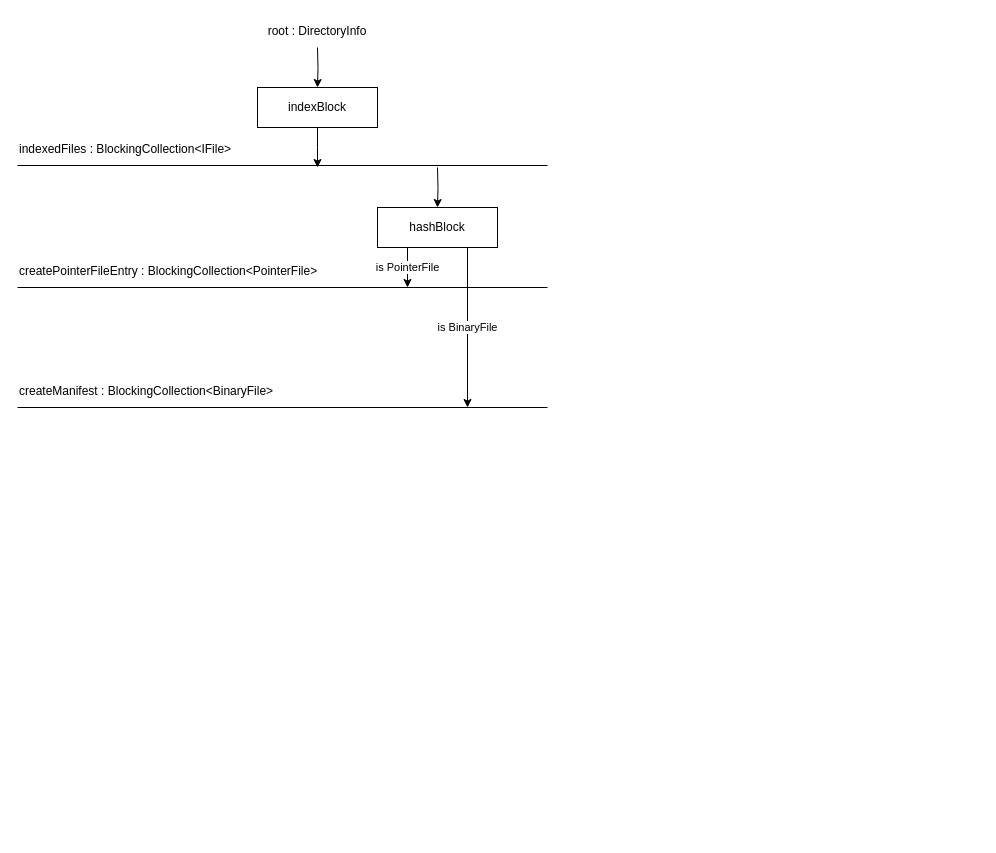
This is docs/AriusFlows.drawio from woutervanranst/Arius, a draw.io file, before an edit. Source tidied: cells renumbered, new cells numbered last; positions are measured from the earlier drawing's top-left corner, leaving out a move shared by most shapes. Both pictures are drawn from the tidied source at 100%, with x=0, y=0 at pixel (17, 17).
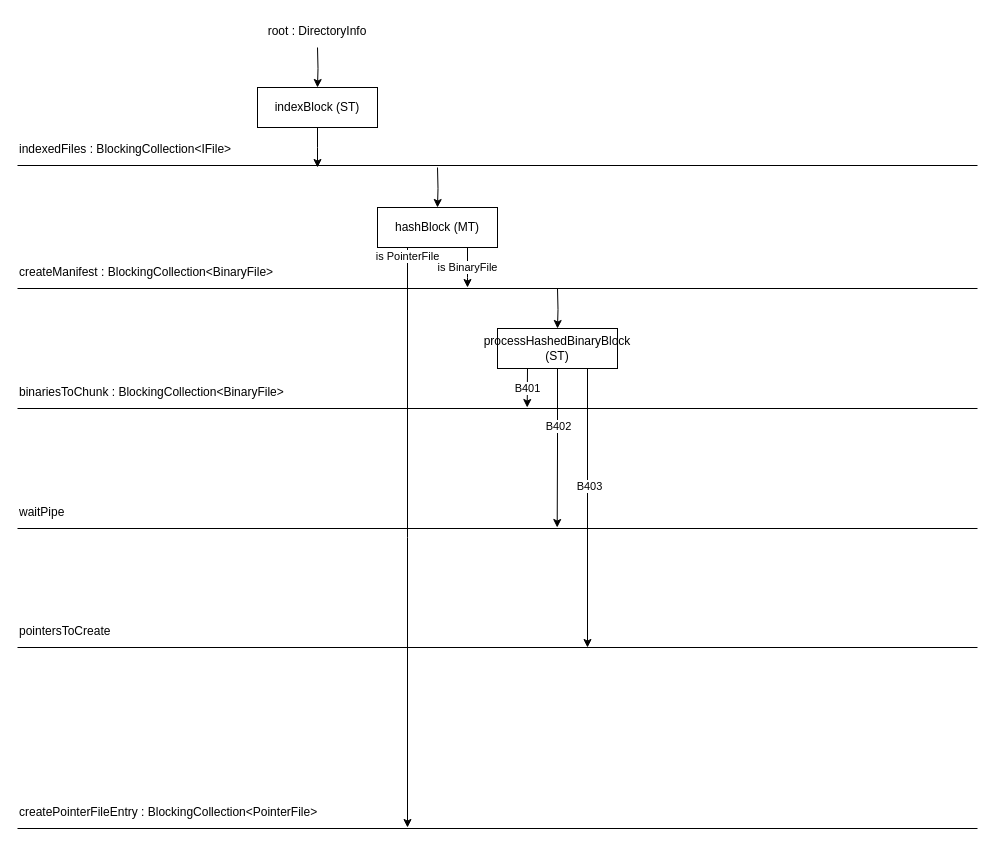
After the change.

What changed in the source:
```diff
@@
     <mxCell id="2" style="endArrow=none;html=1;" parent="1" edge="1">
       <mxGeometry relative="1" as="geometry">
         <mxPoint y="148" as="sourcePoint" />
-        <mxPoint x="530" y="148" as="targetPoint" />
+        <mxPoint x="960" y="148" as="targetPoint" />
       </mxGeometry>
     </mxCell>
@@
-    <mxCell id="5" value="indexBlock" style="rounded=0;whiteSpace=wrap;html=1;" parent="1" vertex="1">
+    <mxCell id="5" value="indexBlock (ST)" style="rounded=0;whiteSpace=wrap;html=1;" parent="1" vertex="1">
       <mxGeometry x="240" y="70" width="120" height="40" as="geometry" />
     </mxCell>
@@
     <mxCell id="8" style="endArrow=none;html=1;" parent="1" edge="1">
       <mxGeometry relative="1" as="geometry">
-        <mxPoint y="270" as="sourcePoint" />
-        <mxPoint x="530" y="270" as="targetPoint" />
+        <mxPoint y="811" as="sourcePoint" />
+        <mxPoint x="960" y="811" as="targetPoint" />
       </mxGeometry>
     </mxCell>
     <mxCell id="9" value="createPointerFileEntry : BlockingCollection&amp;lt;PointerFile&amp;gt;" style="text;whiteSpace=wrap;html=1;" parent="1" vertex="1">
-      <mxGeometry y="240" width="330" height="30" as="geometry" />
+      <mxGeometry y="781" width="330" height="30" as="geometry" />
     </mxCell>
     <mxCell id="10" style="endArrow=none;html=1;" parent="1" edge="1">
       <mxGeometry relative="1" as="geometry">
-        <mxPoint y="390" as="sourcePoint" />
-        <mxPoint x="530" y="390" as="targetPoint" />
+        <mxPoint y="271" as="sourcePoint" />
+        <mxPoint x="960" y="271" as="targetPoint" />
       </mxGeometry>
     </mxCell>
     <mxCell id="11" value="createManifest : BlockingCollection&amp;lt;BinaryFile&amp;gt;" style="text;whiteSpace=wrap;html=1;" parent="1" vertex="1">
-      <mxGeometry y="360" width="330" height="30" as="geometry" />
+      <mxGeometry y="241" width="330" height="30" as="geometry" />
     </mxCell>
     <mxCell id="12" value="is PointerFile" style="edgeStyle=orthogonalEdgeStyle;rounded=0;jettySize=auto;html=1;exitX=0.25;exitY=1;exitDx=0;exitDy=0;" parent="1" edge="1" source="14">
-      <mxGeometry relative="1" as="geometry">
-        <mxPoint x="390" y="270" as="targetPoint" />
+      <mxGeometry x="-0.97" relative="1" as="geometry">
+        <mxPoint x="390" y="810" as="targetPoint" />
       </mxGeometry>
     </mxCell>
     <mxCell id="13" value="is BinaryFile" style="edgeStyle=orthogonalEdgeStyle;rounded=0;jettySize=auto;html=1;exitX=0.75;exitY=1;exitDx=0;exitDy=0;" parent="1" edge="1" source="14">
       <mxGeometry relative="1" as="geometry">
-        <mxPoint x="450" y="390" as="targetPoint" />
+        <mxPoint x="450" y="270" as="targetPoint" />
+        <Array as="points">
+          <mxPoint x="450" y="260" />
+          <mxPoint x="450" y="260" />
+        </Array>
       </mxGeometry>
     </mxCell>
-    <mxCell id="14" value="hashBlock" style="rounded=0;whiteSpace=wrap;html=1;" parent="1" vertex="1">
+    <mxCell id="14" value="hashBlock (MT)" style="rounded=0;whiteSpace=wrap;html=1;" parent="1" vertex="1">
       <mxGeometry x="360" y="190" width="120" height="40" as="geometry" />
     </mxCell>
@@
+    <mxCell id="16" style="endArrow=none;html=1;" parent="1" edge="1">
+      <mxGeometry relative="1" as="geometry">
+        <mxPoint y="391" as="sourcePoint" />
+        <mxPoint x="960" y="391" as="targetPoint" />
+      </mxGeometry>
+    </mxCell>
+    <mxCell id="17" value="binariesToChunk : BlockingCollection&amp;lt;BinaryFile&amp;gt;" style="text;whiteSpace=wrap;html=1;" parent="1" vertex="1">
+      <mxGeometry y="361" width="330" height="30" as="geometry" />
+    </mxCell>
+    <mxCell id="18" style="endArrow=none;html=1;" parent="1" edge="1">
+      <mxGeometry relative="1" as="geometry">
+        <mxPoint y="511" as="sourcePoint" />
+        <mxPoint x="960" y="511" as="targetPoint" />
+      </mxGeometry>
+    </mxCell>
+    <mxCell id="19" value="waitPipe" style="text;whiteSpace=wrap;html=1;" parent="1" vertex="1">
+      <mxGeometry y="481" width="330" height="30" as="geometry" />
+    </mxCell>
+    <mxCell id="20" style="endArrow=none;html=1;" parent="1" edge="1">
+      <mxGeometry relative="1" as="geometry">
+        <mxPoint y="630" as="sourcePoint" />
+        <mxPoint x="960" y="630" as="targetPoint" />
+      </mxGeometry>
+    </mxCell>
+    <mxCell id="21" value="pointersToCreate" style="text;whiteSpace=wrap;html=1;" parent="1" vertex="1">
+      <mxGeometry y="600" width="330" height="30" as="geometry" />
+    </mxCell>
+    <mxCell id="22" value="B401" style="edgeStyle=orthogonalEdgeStyle;rounded=0;jettySize=auto;html=1;exitX=0.25;exitY=1;exitDx=0;exitDy=0;" parent="1" edge="1" source="25">
+      <mxGeometry relative="1" as="geometry">
+        <mxPoint x="509.7" y="390" as="targetPoint" />
+      </mxGeometry>
+    </mxCell>
+    <mxCell id="23" style="edgeStyle=orthogonalEdgeStyle;rounded=0;jettySize=auto;html=1;exitX=0.5;exitY=1;exitDx=0;exitDy=0;" parent="1" edge="1" source="25">
+      <mxGeometry relative="1" as="geometry">
+        <mxPoint x="539.7" y="510" as="targetPoint" />
+      </mxGeometry>
+    </mxCell>
+    <mxCell id="24" value="B402" style="edgeLabel;html=1;align=center;verticalAlign=middle;" parent="23" vertex="1">
+      <mxGeometry x="-0.28" relative="1" as="geometry" />
+    </mxCell>
+    <mxCell id="25" value="processHashedBinaryBlock (ST)" style="rounded=0;whiteSpace=wrap;html=1;" parent="1" vertex="1">
+      <mxGeometry x="480" y="311" width="120" height="40" as="geometry" />
+    </mxCell>
+    <mxCell id="26" style="edgeStyle=orthogonalEdgeStyle;rounded=0;jettySize=auto;html=1;entryX=0.5;entryY=0;entryDx=0;entryDy=0;" parent="1" edge="1" target="25">
+      <mxGeometry relative="1" as="geometry">
+        <mxPoint x="540" y="271" as="sourcePoint" />
+      </mxGeometry>
+    </mxCell>
+    <mxCell id="27" style="edgeStyle=orthogonalEdgeStyle;rounded=0;jettySize=auto;html=1;exitX=0.75;exitY=1;exitDx=0;exitDy=0;" parent="1" edge="1" source="25">
+      <mxGeometry relative="1" as="geometry">
+        <mxPoint x="570" y="630" as="targetPoint" />
+      </mxGeometry>
+    </mxCell>
+    <mxCell id="28" value="B403" style="edgeLabel;html=1;align=center;verticalAlign=middle;" parent="27" vertex="1">
+      <mxGeometry x="-0.16" y="1" relative="1" as="geometry" />
+    </mxCell>
```
